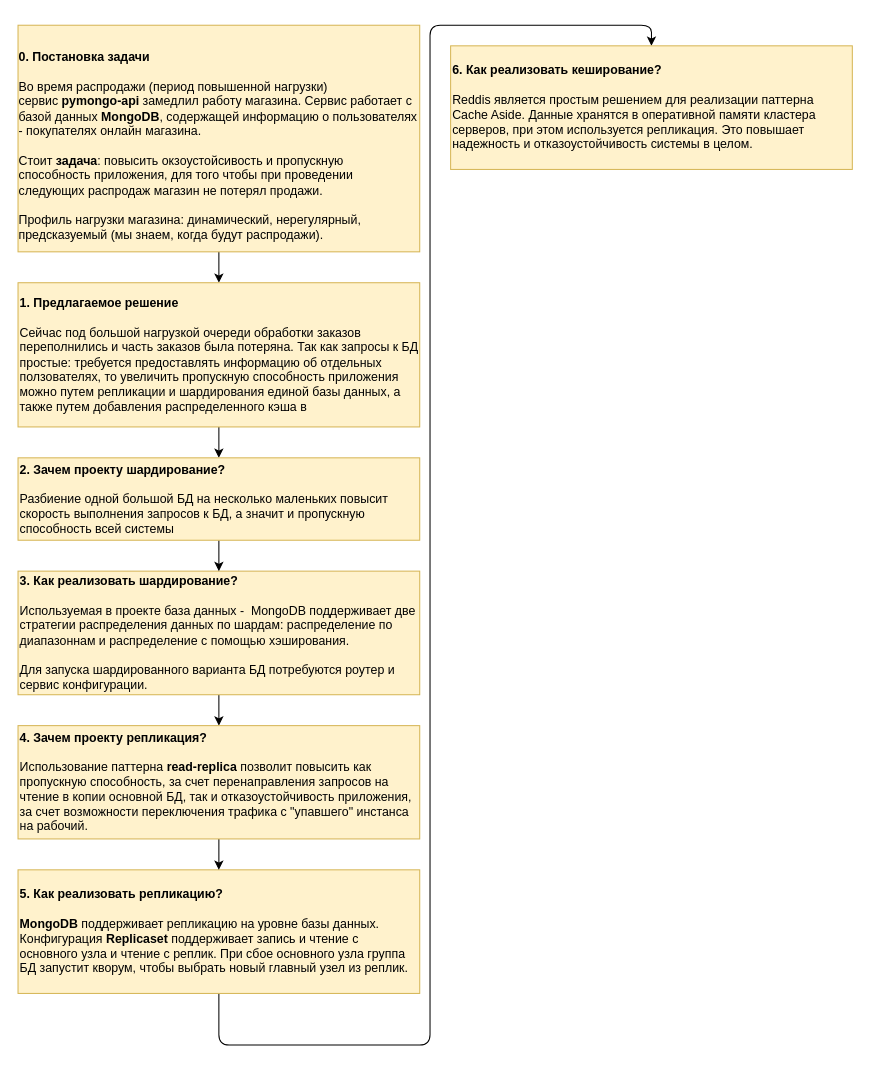
Above: page "Логика решения" (7 of 7) of task1.drawio in aleksey-bardanov/architecture-sprint-2 (draw.io), before the change. Source tidied: cells renumbered, new cells numbered last; positions are measured from the earlier drawing's top-left corner, leaving out a move shared by most shapes. Both pictures are drawn from the tidied source at 103%, with x=0, y=0 at pixel (18, 25).
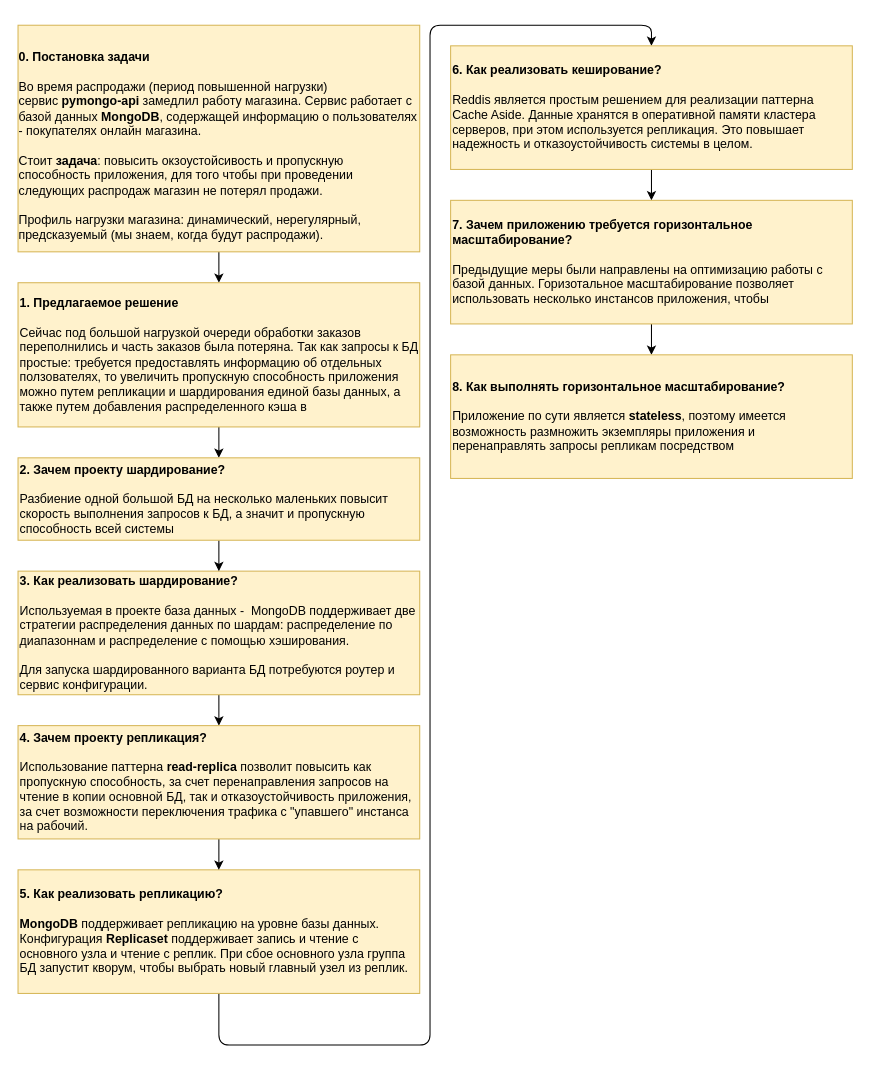
The same page after the edit.

Commit message (it also covers changes not shown here):
task2: добавил горизонтальное масштабирование приложения

Unchanged cells that the change refers to:
```xml
<mxCell id="15" value="&lt;b&gt;6. Как реализовать кеширование?&lt;br&gt;&lt;/b&gt;&lt;br&gt;Reddis является простым решением для реализации паттерна&amp;nbsp; Cache Aside. Данные хранятся в оперативной памяти кластера серверов, при этом используется репликация. Это повышает надежность и отказоустойчивость системы в целом." style="rounded=0;whiteSpace=wrap;html=1;fillColor=#fff2cc;strokeColor=#d6b656;align=left;" parent="1" vertex="1">
  <mxGeometry x="420" y="20" width="390" height="120" as="geometry" />
</mxCell>
```

Diff of the diagram source:
```diff
@@
+    <mxCell id="16" style="edgeStyle=none;html=1;" parent="1" edge="1" source="15" target="18">
+      <mxGeometry relative="1" as="geometry" />
+    </mxCell>
@@
+    <mxCell id="17" style="edgeStyle=none;html=1;" parent="1" edge="1" source="18" target="19">
+      <mxGeometry relative="1" as="geometry" />
+    </mxCell>
+    <mxCell id="18" value="&lt;b&gt;7. Зачем приложению требуется горизонтальное масштабирование?&lt;br&gt;&lt;/b&gt;&lt;br&gt;Предыдущие меры были направлены на оптимизацию работы с базой данных. Горизотальное масштабирование позволяет использовать несколько инстансов приложения, чтобы&amp;nbsp;" style="rounded=0;whiteSpace=wrap;html=1;fillColor=#fff2cc;strokeColor=#d6b656;align=left;" parent="1" vertex="1">
+      <mxGeometry x="420" y="170" width="390" height="120" as="geometry" />
+    </mxCell>
+    <mxCell id="19" value="&lt;b&gt;8. Как выполнять горизонтальное масштабирование?&lt;br&gt;&lt;/b&gt;&lt;br&gt;Приложение по сути является &lt;b&gt;stateless&lt;/b&gt;, поэтому имеется возможность размножить экземпляры приложения и перенаправлять запросы репликам посредством&amp;nbsp;" style="rounded=0;whiteSpace=wrap;html=1;fillColor=#fff2cc;strokeColor=#d6b656;align=left;" parent="1" vertex="1">
+      <mxGeometry x="420" y="320" width="390" height="120" as="geometry" />
+    </mxCell>
```
